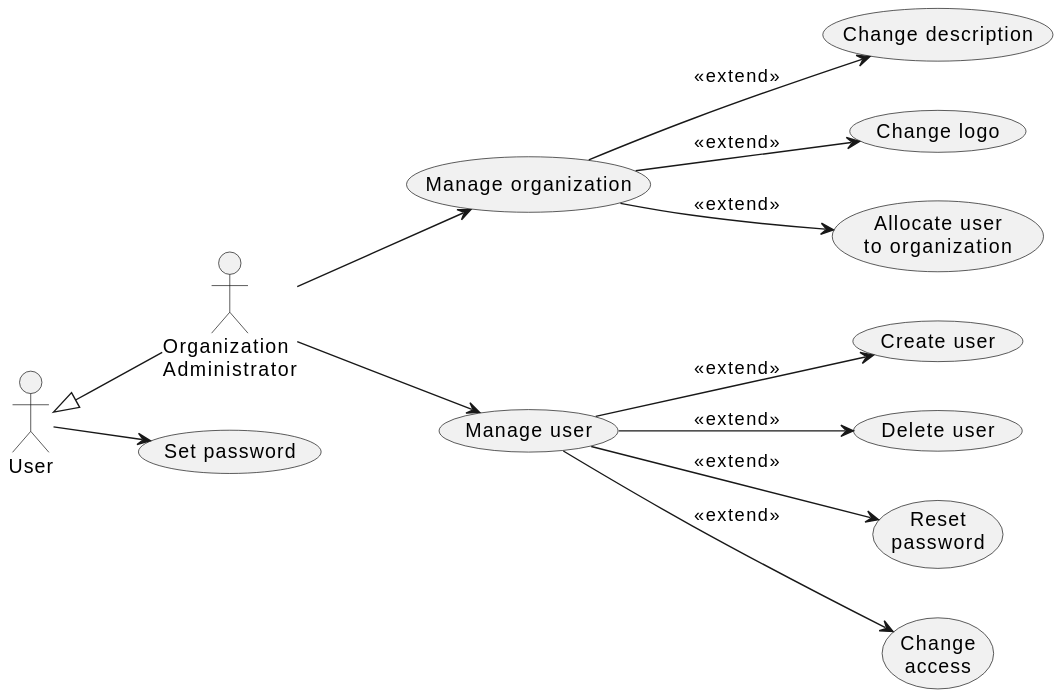
Above: doc/1-use-cases/diagrams/organization-administration.svg in averbraeck/gscg-design (PlantUML), before the change.
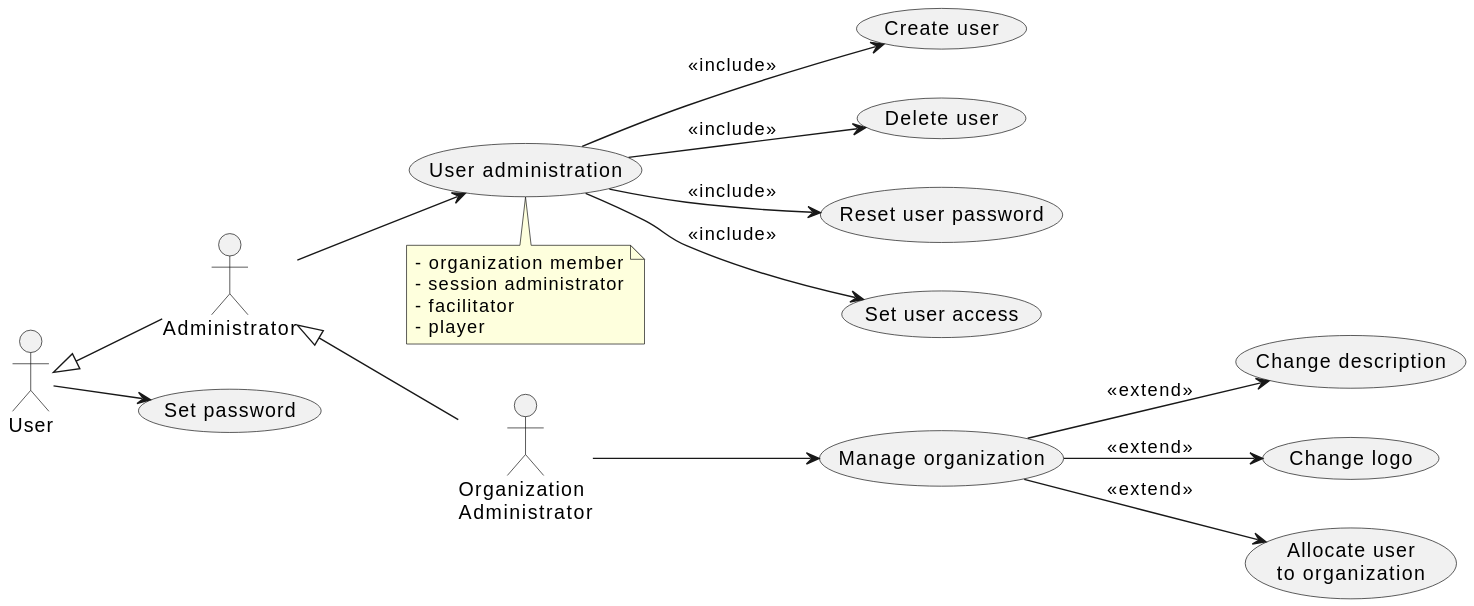
The same diagram one commit later.

Change to the diagram source:
```diff
@@ -2,18 +2,26 @@
 left to right direction
 
 "Organization\nAdministrator" as OA
-User <|-- OA
+User <|-- Administrator
+Administrator <|-- OA
 
 User --> (Set password)
+
+Administrator --> (User administration)
+note bottom
+  - organization member
+  - session administrator
+  - facilitator
+  - player
+end note
+
+(User administration) --> (Create user) : << include >>
+(User administration) --> (Delete user) : << include >>
+(User administration) --> (Reset user password) : << include >>
+(User administration) --> (Set user access) : << include >>
 
 OA --> (Manage organization)
 (Manage organization) --> (Change description) : << extend >>
 (Manage organization) --> (Change logo) : << extend >>
 (Manage organization) --> (Allocate user\nto organization) : << extend >>
-
-OA --> (Manage user)
-(Manage user) --> (Create user) : << extend >>
-(Manage user) --> (Delete user) : << extend >>
-(Manage user) --> (Reset\npassword) : << extend >>
-(Manage user) --> (Change\naccess) : << extend >>
 @enduml
```
